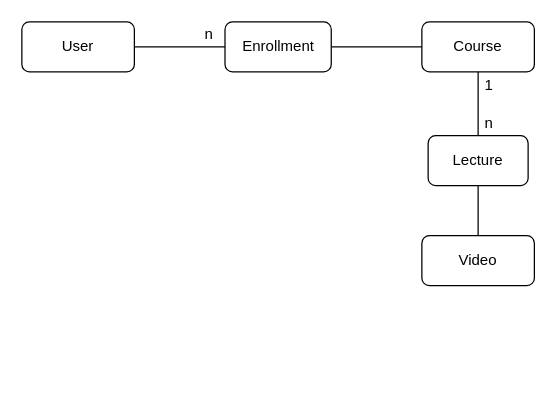
Before: model/domain.drawio in william2612/typescript-base, a draw.io diagram. Source tidied: cells renumbered, new cells numbered last; positions are measured from the earlier drawing's top-left corner, leaving out a move shared by most shapes. Both pictures are drawn from the tidied source at 125%, with x=0, y=0 at pixel (21, 21).
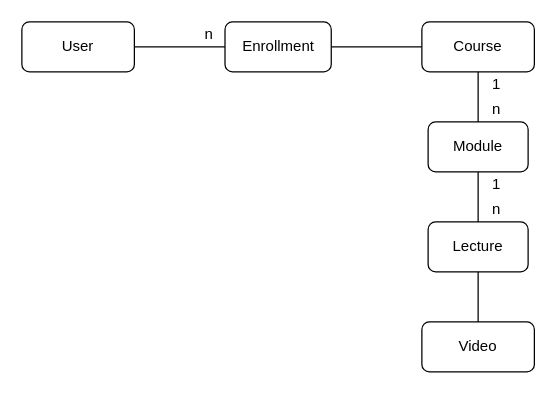
After the change.

The edit, as a diff of the source:
```diff
@@
 <mxGraphModel>
   <root>
     <mxCell id="0" />
     <mxCell id="1" parent="0" />
     <mxCell id="2" value="User" style="rounded=1;whiteSpace=wrap;html=1;" parent="1" vertex="1">
       <mxGeometry width="90" height="40" as="geometry" />
     </mxCell>
     <mxCell id="3" value="Course" style="rounded=1;whiteSpace=wrap;html=1;" parent="1" vertex="1">
       <mxGeometry x="320" width="90" height="40" as="geometry" />
     </mxCell>
     <mxCell id="4" value="Lecture" style="rounded=1;whiteSpace=wrap;html=1;" parent="1" vertex="1">
-      <mxGeometry x="325" y="91" width="80" height="40" as="geometry" />
+      <mxGeometry x="325" y="160" width="80" height="40" as="geometry" />
     </mxCell>
-    <mxCell id="5" style="endArrow=none;html=1;entryX=0.5;entryY=1;entryDx=0;entryDy=0;exitX=0.5;exitY=0;exitDx=0;exitDy=0;" parent="1" edge="1" source="4" target="3">
-      <mxGeometry relative="1" as="geometry" />
-    </mxCell>
     <mxCell id="6" value="n" style="text;html=1;strokeColor=none;fillColor=none;align=center;verticalAlign=middle;whiteSpace=wrap;rounded=0;" parent="1" vertex="1">
-      <mxGeometry x="354" y="71" width="40" height="20" as="geometry" />
+      <mxGeometry x="360" y="60" width="40" height="20" as="geometry" />
     </mxCell>
     <mxCell id="7" value="1" style="text;html=1;strokeColor=none;fillColor=none;align=center;verticalAlign=middle;whiteSpace=wrap;rounded=0;" parent="1" vertex="1">
-      <mxGeometry x="354" y="41" width="40" height="20" as="geometry" />
+      <mxGeometry x="360" y="40" width="40" height="20" as="geometry" />
     </mxCell>
     <mxCell id="8" value="Video" style="rounded=1;whiteSpace=wrap;html=1;" parent="1" vertex="1">
-      <mxGeometry x="320" y="171" width="90" height="40" as="geometry" />
+      <mxGeometry x="320" y="240" width="90" height="40" as="geometry" />
     </mxCell>
     <mxCell id="9" style="endArrow=none;html=1;entryX=0.5;entryY=1;entryDx=0;entryDy=0;exitX=0.5;exitY=0;exitDx=0;exitDy=0;" parent="1" edge="1" source="8" target="4">
       <mxGeometry relative="1" as="geometry" />
     </mxCell>
     <mxCell id="10" value="Enrollment" style="rounded=1;whiteSpace=wrap;html=1;" parent="1" vertex="1">
       <mxGeometry x="162.5" width="85" height="40" as="geometry" />
     </mxCell>
     <mxCell id="11" style="endArrow=none;html=1;exitX=1;exitY=0.5;exitDx=0;exitDy=0;entryX=0;entryY=0.5;entryDx=0;entryDy=0;" parent="1" edge="1" source="10" target="3">
       <mxGeometry relative="1" as="geometry" />
     </mxCell>
     <mxCell id="12" style="endArrow=none;html=1;exitX=1;exitY=0.5;exitDx=0;exitDy=0;entryX=0;entryY=0.5;entryDx=0;entryDy=0;" parent="1" edge="1" source="2" target="10">
       <mxGeometry relative="1" as="geometry" />
     </mxCell>
     <mxCell id="13" value="n" style="text;html=1;strokeColor=none;fillColor=none;align=center;verticalAlign=middle;whiteSpace=wrap;rounded=0;" parent="1" vertex="1">
       <mxGeometry x="130" width="40" height="20" as="geometry" />
     </mxCell>
+    <mxCell id="14" value="Module" style="rounded=1;whiteSpace=wrap;html=1;" parent="1" vertex="1">
+      <mxGeometry x="325" y="80" width="80" height="40" as="geometry" />
+    </mxCell>
+    <mxCell id="15" style="endArrow=none;html=1;entryX=0.5;entryY=1;entryDx=0;entryDy=0;" parent="1" edge="1" source="14" target="3">
+      <mxGeometry relative="1" as="geometry" />
+    </mxCell>
+    <mxCell id="16" value="n" style="text;html=1;strokeColor=none;fillColor=none;align=center;verticalAlign=middle;whiteSpace=wrap;rounded=0;" parent="1" vertex="1">
+      <mxGeometry x="360" y="140" width="40" height="20" as="geometry" />
+    </mxCell>
+    <mxCell id="17" value="1" style="text;html=1;strokeColor=none;fillColor=none;align=center;verticalAlign=middle;whiteSpace=wrap;rounded=0;" parent="1" vertex="1">
+      <mxGeometry x="360" y="120" width="40" height="20" as="geometry" />
+    </mxCell>
+    <mxCell id="18" style="endArrow=none;html=1;" parent="1" edge="1" source="4" target="14">
+      <mxGeometry relative="1" as="geometry" />
+    </mxCell>
   </root>
 </mxGraphModel>
```
